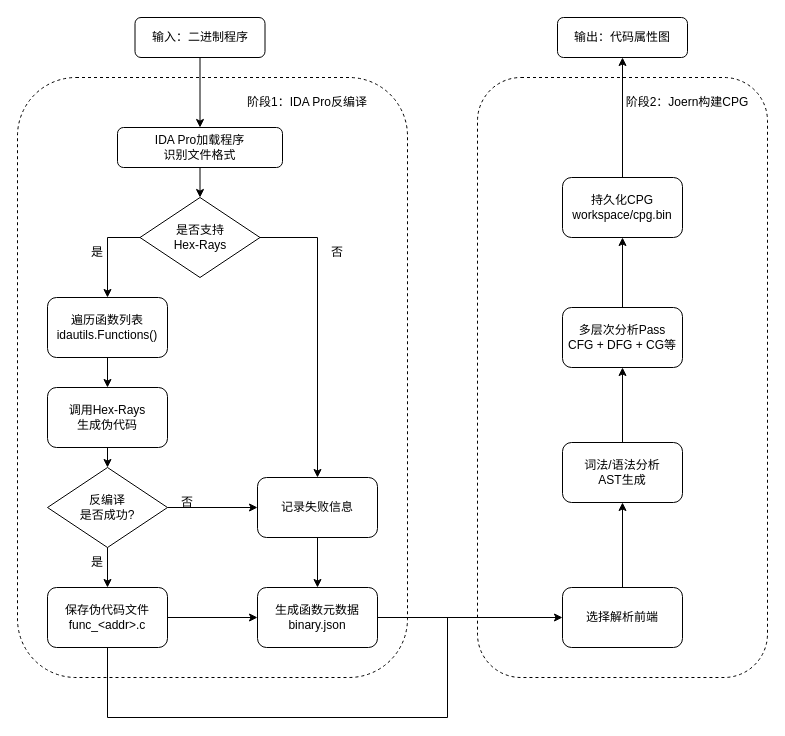
Above: MindMap/反编译模块流程图.drawio in hourhl/Draw-io (draw.io), before the change. Source tidied: cells renumbered, new cells numbered last; positions are measured from the earlier drawing's top-left corner, leaving out a move shared by most shapes. Both pictures are drawn from the tidied source at 100%, with x=0, y=0 at pixel (17, 17).
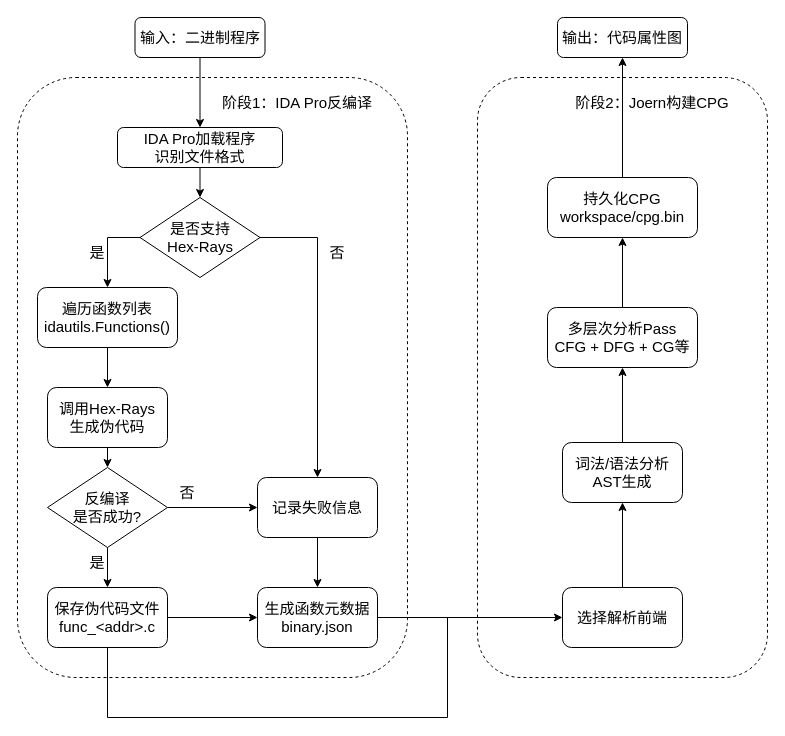
The same diagram, later.

Commit message:
更新反编译模块流程图.drawio

Diff of the diagram source:
```diff
@@
-    <mxCell id="2" value="输入：二进制程序" style="rounded=1;whiteSpace=wrap;html=1;" parent="1" vertex="1">
+    <mxCell id="2" value="&lt;font style=&quot;font-size: 15px;&quot;&gt;输入：二进制程序&lt;/font&gt;" style="rounded=1;whiteSpace=wrap;html=1;" parent="1" vertex="1">
       <mxGeometry x="117.5" width="130" height="40" as="geometry" />
     </mxCell>
@@
-    <mxCell id="4" value="IDA Pro加载程序&lt;div&gt;识别文件格式&lt;/div&gt;" style="rounded=1;whiteSpace=wrap;html=1;" parent="1" vertex="1">
+    <mxCell id="4" value="&lt;font style=&quot;font-size: 15px;&quot;&gt;IDA Pro加载程序&lt;/font&gt;&lt;div&gt;&lt;font style=&quot;font-size: 15px;&quot;&gt;识别文件格式&lt;/font&gt;&lt;/div&gt;" style="rounded=1;whiteSpace=wrap;html=1;" parent="1" vertex="1">
       <mxGeometry x="100" y="110" width="165" height="40" as="geometry" />
     </mxCell>
-    <mxCell id="5" value="阶段1：IDA Pro反编译" style="text;html=1;whiteSpace=wrap;strokeColor=none;fillColor=none;align=center;verticalAlign=middle;rounded=0;" parent="1" vertex="1">
-      <mxGeometry x="220" y="70" width="140" height="30" as="geometry" />
+    <mxCell id="5" value="&lt;font style=&quot;font-size: 15px;&quot;&gt;阶段1：IDA Pro反编译&lt;/font&gt;" style="text;html=1;whiteSpace=wrap;strokeColor=none;fillColor=none;align=center;verticalAlign=middle;rounded=0;" parent="1" vertex="1">
+      <mxGeometry x="200" y="70" width="160" height="30" as="geometry" />
     </mxCell>
-    <mxCell id="6" value="是否支持&lt;div&gt;Hex-Rays&lt;/div&gt;" style="rhombus;whiteSpace=wrap;html=1;" parent="1" vertex="1">
+    <mxCell id="6" value="&lt;font style=&quot;font-size: 15px;&quot;&gt;是否支持&lt;/font&gt;&lt;div&gt;&lt;font style=&quot;font-size: 15px;&quot;&gt;Hex-Rays&lt;/font&gt;&lt;/div&gt;" style="rhombus;whiteSpace=wrap;html=1;" parent="1" vertex="1">
       <mxGeometry x="122.5" y="180" width="120" height="80" as="geometry" />
     </mxCell>
-    <mxCell id="7" value="遍历函数列表&lt;div&gt;idautils.Functions()&lt;/div&gt;" style="rounded=1;whiteSpace=wrap;html=1;" parent="1" vertex="1">
-      <mxGeometry x="30" y="280" width="120" height="60" as="geometry" />
+    <mxCell id="7" value="&lt;font style=&quot;font-size: 15px;&quot;&gt;遍历函数列表&lt;/font&gt;&lt;div&gt;&lt;font style=&quot;font-size: 15px;&quot;&gt;idautils.Functions()&lt;/font&gt;&lt;/div&gt;" style="rounded=1;whiteSpace=wrap;html=1;" parent="1" vertex="1">
+      <mxGeometry x="20" y="270" width="140" height="60" as="geometry" />
     </mxCell>
-    <mxCell id="8" value="调用Hex-Rays&lt;div&gt;生成伪代码&lt;/div&gt;" style="rounded=1;whiteSpace=wrap;html=1;" parent="1" vertex="1">
+    <mxCell id="8" value="&lt;font style=&quot;font-size: 15px;&quot;&gt;调用Hex-Rays&lt;/font&gt;&lt;div&gt;&lt;font style=&quot;font-size: 15px;&quot;&gt;生成伪代码&lt;/font&gt;&lt;/div&gt;" style="rounded=1;whiteSpace=wrap;html=1;" parent="1" vertex="1">
       <mxGeometry x="30" y="370" width="120" height="60" as="geometry" />
     </mxCell>
-    <mxCell id="9" value="反编译&lt;div&gt;是否成功?&lt;/div&gt;" style="rhombus;whiteSpace=wrap;html=1;" parent="1" vertex="1">
+    <mxCell id="9" value="&lt;font style=&quot;font-size: 15px;&quot;&gt;反编译&lt;/font&gt;&lt;div&gt;&lt;font style=&quot;font-size: 15px;&quot;&gt;是否成功?&lt;/font&gt;&lt;/div&gt;" style="rhombus;whiteSpace=wrap;html=1;" parent="1" vertex="1">
       <mxGeometry x="30" y="450" width="120" height="80" as="geometry" />
     </mxCell>
-    <mxCell id="10" value="保存伪代码文件&lt;div&gt;func_&amp;lt;addr&amp;gt;.c&lt;/div&gt;" style="rounded=1;whiteSpace=wrap;html=1;" parent="1" vertex="1">
+    <mxCell id="10" value="&lt;font style=&quot;font-size: 15px;&quot;&gt;保存伪代码文件&lt;/font&gt;&lt;div&gt;&lt;font style=&quot;font-size: 15px;&quot;&gt;func_&amp;lt;addr&amp;gt;.c&lt;/font&gt;&lt;/div&gt;" style="rounded=1;whiteSpace=wrap;html=1;" parent="1" vertex="1">
       <mxGeometry x="30" y="570" width="120" height="60" as="geometry" />
     </mxCell>
-    <mxCell id="11" value="生成函数元数据&lt;div&gt;binary.json&lt;/div&gt;" style="rounded=1;whiteSpace=wrap;html=1;" parent="1" vertex="1">
+    <mxCell id="11" value="&lt;font style=&quot;font-size: 15px;&quot;&gt;生成函数元数据&lt;/font&gt;&lt;div&gt;&lt;font style=&quot;font-size: 15px;&quot;&gt;binary.json&lt;/font&gt;&lt;/div&gt;" style="rounded=1;whiteSpace=wrap;html=1;" parent="1" vertex="1">
       <mxGeometry x="240" y="570" width="120" height="60" as="geometry" />
     </mxCell>
-    <mxCell id="12" value="记录失败信息" style="rounded=1;whiteSpace=wrap;html=1;" parent="1" vertex="1">
+    <mxCell id="12" value="&lt;font style=&quot;font-size: 15px;&quot;&gt;记录失败信息&lt;/font&gt;" style="rounded=1;whiteSpace=wrap;html=1;" parent="1" vertex="1">
       <mxGeometry x="240" y="460" width="120" height="60" as="geometry" />
     </mxCell>
@@
-    <mxCell id="15" style="endArrow=classic;html=1;rounded=0;exitX=0;exitY=0.5;exitDx=0;exitDy=0;entryX=0.5;entryY=0;entryDx=0;entryDy=0;" parent="1" edge="1" source="6" target="7">
-      <mxGeometry relative="1" as="geometry">
-        <Array as="points">
-          <mxPoint x="90" y="220" />
-        </Array>
-      </mxGeometry>
-    </mxCell>
-    <mxCell id="16" style="endArrow=classic;html=1;rounded=0;exitX=0.5;exitY=1;exitDx=0;exitDy=0;" parent="1" edge="1" source="7" target="8">
-      <mxGeometry relative="1" as="geometry" />
-    </mxCell>
@@
-    <mxCell id="18" value="是" style="text;html=1;whiteSpace=wrap;strokeColor=none;fillColor=none;align=center;verticalAlign=middle;rounded=0;" parent="1" vertex="1">
+    <mxCell id="18" value="&lt;font style=&quot;font-size: 15px;&quot;&gt;是&lt;/font&gt;" style="text;html=1;whiteSpace=wrap;strokeColor=none;fillColor=none;align=center;verticalAlign=middle;rounded=0;" parent="1" vertex="1">
       <mxGeometry x="50" y="220" width="60" height="30" as="geometry" />
     </mxCell>
@@
-    <mxCell id="24" value="否" style="text;html=1;whiteSpace=wrap;strokeColor=none;fillColor=none;align=center;verticalAlign=middle;rounded=0;" parent="1" vertex="1">
+    <mxCell id="24" value="&lt;font style=&quot;font-size: 15px;&quot;&gt;否&lt;/font&gt;" style="text;html=1;whiteSpace=wrap;strokeColor=none;fillColor=none;align=center;verticalAlign=middle;rounded=0;" parent="1" vertex="1">
       <mxGeometry x="290" y="220" width="60" height="30" as="geometry" />
     </mxCell>
-    <mxCell id="25" value="否" style="text;html=1;whiteSpace=wrap;strokeColor=none;fillColor=none;align=center;verticalAlign=middle;rounded=0;" parent="1" vertex="1">
-      <mxGeometry x="140" y="470" width="60" height="30" as="geometry" />
+    <mxCell id="25" value="&lt;font style=&quot;font-size: 15px;&quot;&gt;否&lt;/font&gt;" style="text;html=1;whiteSpace=wrap;strokeColor=none;fillColor=none;align=center;verticalAlign=middle;rounded=0;" parent="1" vertex="1">
+      <mxGeometry x="140" y="460" width="60" height="30" as="geometry" />
     </mxCell>
-    <mxCell id="26" value="是" style="text;html=1;whiteSpace=wrap;strokeColor=none;fillColor=none;align=center;verticalAlign=middle;rounded=0;" parent="1" vertex="1">
+    <mxCell id="26" value="&lt;font style=&quot;font-size: 15px;&quot;&gt;是&lt;/font&gt;" style="text;html=1;whiteSpace=wrap;strokeColor=none;fillColor=none;align=center;verticalAlign=middle;rounded=0;" parent="1" vertex="1">
       <mxGeometry x="50" y="530" width="60" height="30" as="geometry" />
     </mxCell>
@@
-    <mxCell id="28" value="阶段2：Joern构建CPG" style="text;html=1;whiteSpace=wrap;strokeColor=none;fillColor=none;align=center;verticalAlign=middle;rounded=0;" parent="1" vertex="1">
-      <mxGeometry x="600" y="70" width="140" height="30" as="geometry" />
+    <mxCell id="28" value="&lt;font style=&quot;font-size: 15px;&quot;&gt;阶段2：Joern构建CPG&lt;/font&gt;" style="text;html=1;whiteSpace=wrap;strokeColor=none;fillColor=none;align=center;verticalAlign=middle;rounded=0;" parent="1" vertex="1">
+      <mxGeometry x="540" y="70" width="190" height="30" as="geometry" />
     </mxCell>
-    <mxCell id="29" value="选择解析前端" style="rounded=1;whiteSpace=wrap;html=1;" parent="1" vertex="1">
+    <mxCell id="29" value="&lt;font style=&quot;font-size: 15px;&quot;&gt;选择解析前端&lt;/font&gt;" style="rounded=1;whiteSpace=wrap;html=1;" parent="1" vertex="1">
       <mxGeometry x="545" y="570" width="120" height="60" as="geometry" />
     </mxCell>
@@
-    <mxCell id="32" value="词法/语法分析&lt;div&gt;AST生成&lt;/div&gt;" style="rounded=1;whiteSpace=wrap;html=1;" parent="1" vertex="1">
+    <mxCell id="32" value="&lt;font style=&quot;font-size: 15px;&quot;&gt;词法/语法分析&lt;/font&gt;&lt;div&gt;&lt;font style=&quot;font-size: 15px;&quot;&gt;AST生成&lt;/font&gt;&lt;/div&gt;" style="rounded=1;whiteSpace=wrap;html=1;" parent="1" vertex="1">
       <mxGeometry x="545" y="425" width="120" height="60" as="geometry" />
     </mxCell>
-    <mxCell id="33" value="多层次分析Pass&lt;div&gt;CFG + DFG + CG等&lt;/div&gt;" style="rounded=1;whiteSpace=wrap;html=1;" parent="1" vertex="1">
-      <mxGeometry x="545" y="290" width="120" height="60" as="geometry" />
+    <mxCell id="33" value="&lt;font style=&quot;font-size: 15px;&quot;&gt;多层次分析Pass&lt;/font&gt;&lt;div&gt;&lt;font style=&quot;font-size: 15px;&quot;&gt;CFG + DFG + CG等&lt;/font&gt;&lt;/div&gt;" style="rounded=1;whiteSpace=wrap;html=1;" parent="1" vertex="1">
+      <mxGeometry x="530" y="290" width="150" height="60" as="geometry" />
     </mxCell>
-    <mxCell id="34" value="持久化CPG&lt;div&gt;workspace/cpg.bin&lt;/div&gt;" style="rounded=1;whiteSpace=wrap;html=1;" parent="1" vertex="1">
-      <mxGeometry x="545" y="160" width="120" height="60" as="geometry" />
+    <mxCell id="34" value="&lt;font style=&quot;font-size: 15px;&quot;&gt;持久化CPG&lt;/font&gt;&lt;div&gt;&lt;font style=&quot;font-size: 15px;&quot;&gt;workspace/cpg.bin&lt;/font&gt;&lt;/div&gt;" style="rounded=1;whiteSpace=wrap;html=1;" parent="1" vertex="1">
+      <mxGeometry x="530" y="160" width="150" height="60" as="geometry" />
     </mxCell>
-    <mxCell id="35" value="输出：代码属性图" style="rounded=1;whiteSpace=wrap;html=1;" parent="1" vertex="1">
+    <mxCell id="35" value="&lt;font style=&quot;font-size: 15px;&quot;&gt;输出：代码属性图&lt;/font&gt;" style="rounded=1;whiteSpace=wrap;html=1;" parent="1" vertex="1">
       <mxGeometry x="540" width="130" height="40" as="geometry" />
     </mxCell>
@@
+    <mxCell id="15" style="endArrow=classic;html=1;rounded=0;exitX=0;exitY=0.5;exitDx=0;exitDy=0;entryX=0.5;entryY=0;entryDx=0;entryDy=0;" parent="1" edge="1" source="6" target="7">
+      <mxGeometry relative="1" as="geometry">
+        <Array as="points">
+          <mxPoint x="90" y="220" />
+        </Array>
+      </mxGeometry>
+    </mxCell>
+    <mxCell id="16" style="endArrow=classic;html=1;rounded=0;exitX=0.5;exitY=1;exitDx=0;exitDy=0;entryX=0.5;entryY=0;entryDx=0;entryDy=0;" parent="1" edge="1" source="7" target="8">
+      <mxGeometry relative="1" as="geometry" />
+    </mxCell>
```
